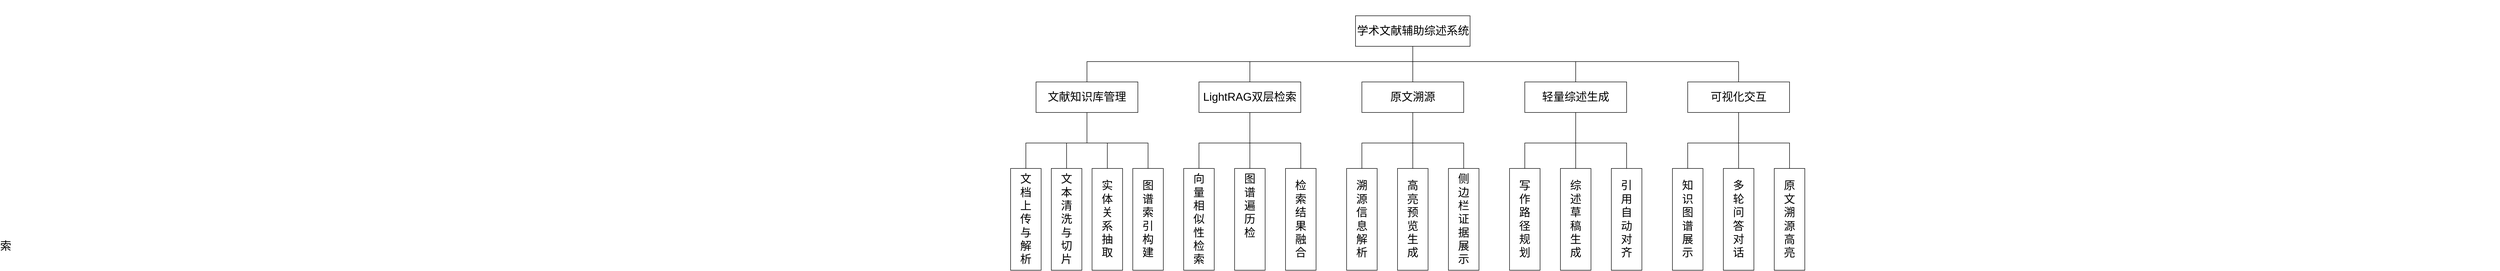
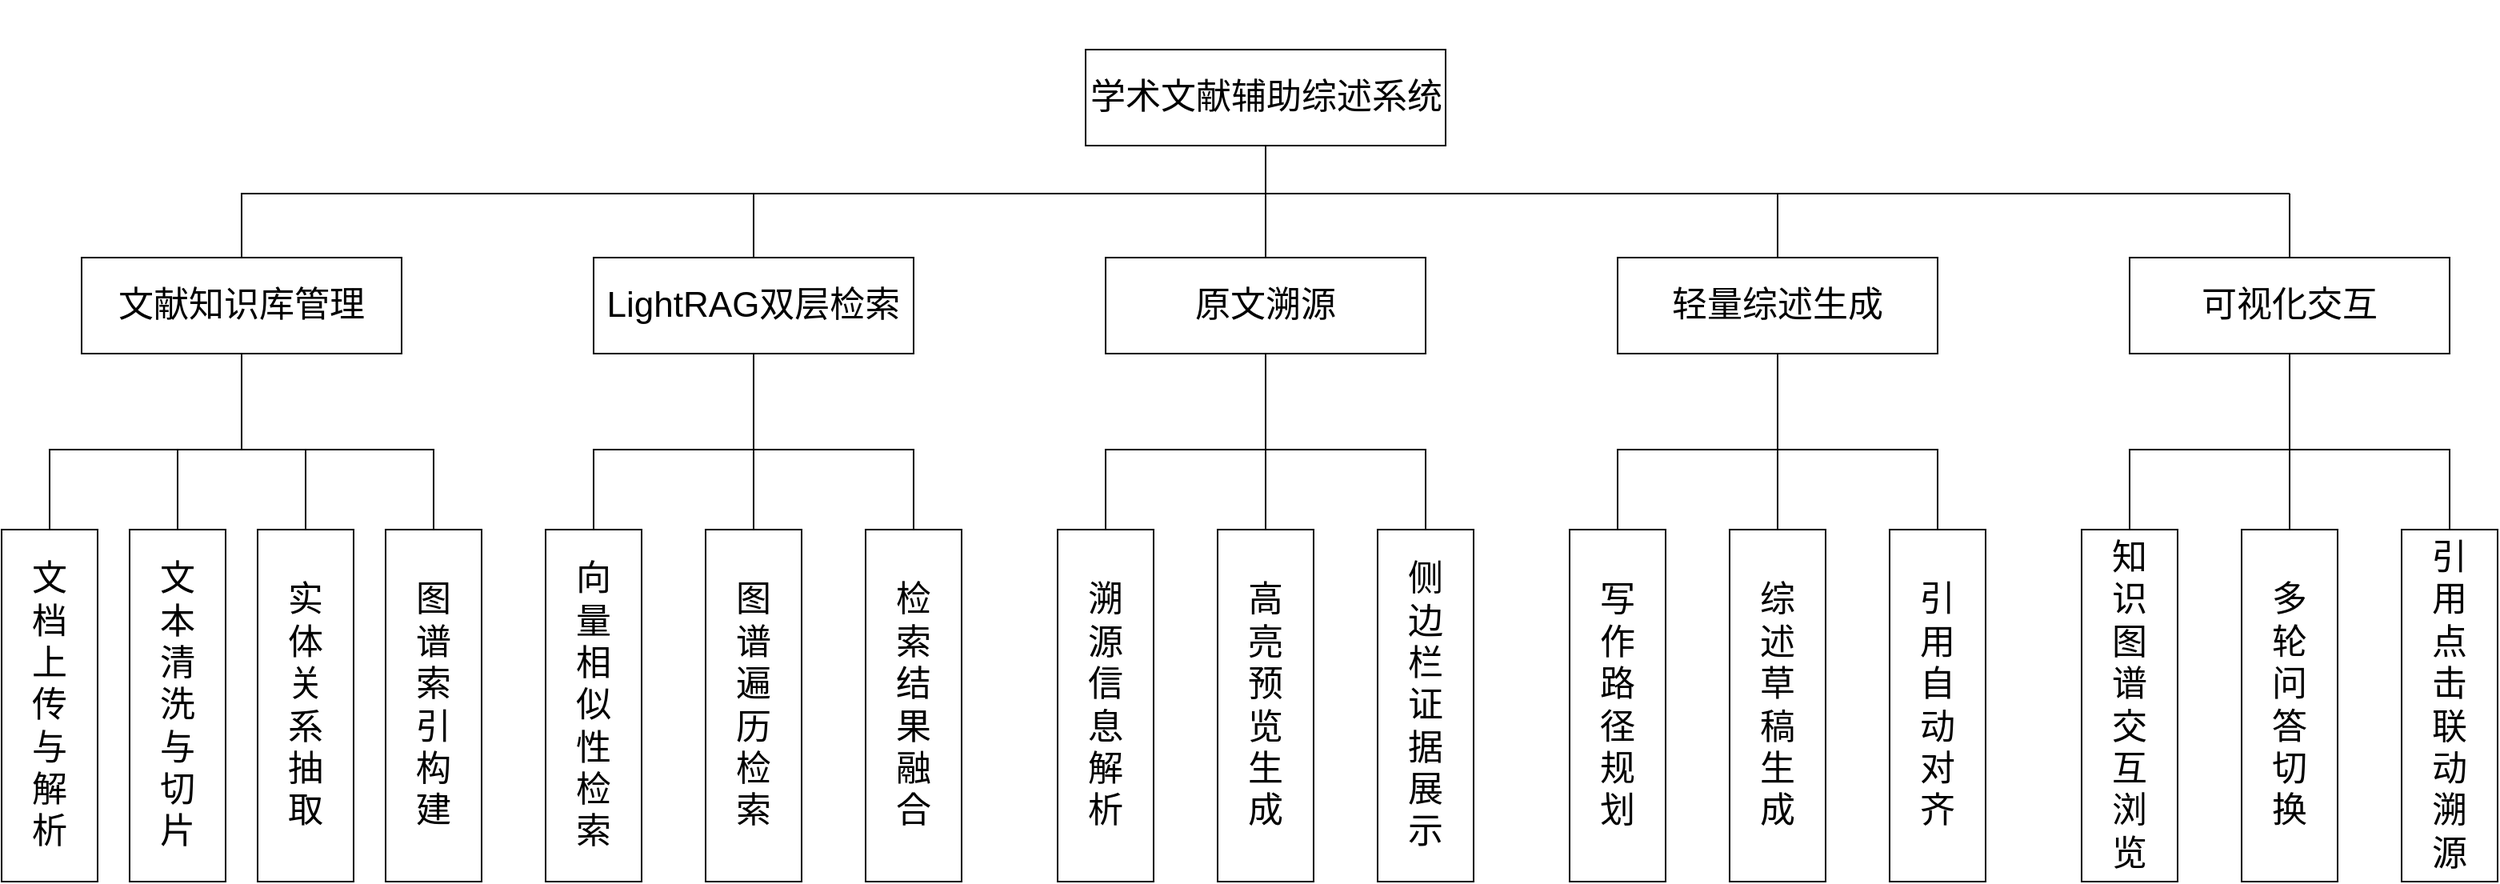
<mxfile host="app.diagrams.net" agent="Mozilla/5.0 (Windows NT 10.0; Win64; x64) AppleWebKit/537.36 (KHTML, like Gecko) Chrome/143.0.0.0 Safari/537.36 Edg/143.0.0.0">
  <diagram name="第 1 页" id="kCGOB4NbzOLxN3a2imSw">
-     <mxGraphModel dx="5126" dy="955" grid="1" gridSize="10" guides="1" tooltips="1" connect="1" arrows="1" fold="1" page="0" pageScale="1" pageWidth="827" pageHeight="1169" math="0" shadow="0">
+     <mxGraphModel dx="2846" dy="1015" grid="1" gridSize="10" guides="1" tooltips="1" connect="1" arrows="1" fold="1" page="0" pageScale="1" pageWidth="827" pageHeight="1169" math="0" shadow="0">
      <root>
        <mxCell id="0" />
        <mxCell id="1" parent="0" />
        <mxCell id="-he248ucSGp0f2jcVjUM-1" parent="1" style="rounded=0;whiteSpace=wrap;html=1;fontSize=22;" value="&lt;font&gt;学术文献辅助综述系统&lt;/font&gt;" vertex="1">
          <mxGeometry height="60" width="225" x="-112.5" y="60" as="geometry" />
        </mxCell>
        <mxCell id="-he248ucSGp0f2jcVjUM-2" parent="1" style="rounded=0;whiteSpace=wrap;html=1;fontSize=22;" value="&lt;font&gt;文献知识库管理&lt;/font&gt;" vertex="1">
          <mxGeometry height="60" width="200" x="-740" y="190" as="geometry" />
        </mxCell>
        <mxCell id="-he248ucSGp0f2jcVjUM-3" parent="1" style="rounded=0;whiteSpace=wrap;html=1;fontSize=22;" value="&lt;font&gt;LightRAG双层检索&lt;/font&gt;" vertex="1">
          <mxGeometry height="60" width="200" x="-420" y="190" as="geometry" />
        </mxCell>
        <mxCell id="-he248ucSGp0f2jcVjUM-4" parent="1" style="rounded=0;whiteSpace=wrap;html=1;fontSize=22;" value="&lt;span&gt;轻量综述生成&lt;/span&gt;" vertex="1">
          <mxGeometry height="60" width="200" x="220" y="190" as="geometry" />
        </mxCell>
        <mxCell id="-he248ucSGp0f2jcVjUM-5" parent="1" style="rounded=0;whiteSpace=wrap;html=1;fontSize=22;" value="&lt;span&gt;可视化交互&lt;/span&gt;" vertex="1">
          <mxGeometry height="60" width="200" x="540" y="190" as="geometry" />
        </mxCell>
        <mxCell id="-he248ucSGp0f2jcVjUM-8" parent="1" style="shape=partialRectangle;whiteSpace=wrap;html=1;bottom=0;right=0;fillColor=none;fontSize=22;" value="" vertex="1">
          <mxGeometry height="40" width="480" x="-640" y="150" as="geometry" />
        </mxCell>
        <mxCell id="-he248ucSGp0f2jcVjUM-9" parent="1" style="shape=partialRectangle;whiteSpace=wrap;html=1;bottom=0;right=0;fillColor=none;rotation=-180;fontSize=22;" value="" vertex="1">
          <mxGeometry height="30" width="480" x="-480" y="120" as="geometry" />
        </mxCell>
        <mxCell id="-he248ucSGp0f2jcVjUM-12" parent="1" style="shape=partialRectangle;whiteSpace=wrap;html=1;top=0;bottom=0;fillColor=none;fontSize=22;" value="" vertex="1">
          <mxGeometry height="40" width="320" y="150" as="geometry" />
        </mxCell>
        <mxCell id="-he248ucSGp0f2jcVjUM-14" parent="1" style="shape=partialRectangle;whiteSpace=wrap;html=1;right=0;top=0;bottom=0;fillColor=none;routingCenterX=-0.5;rotation=-90;fontSize=22;" value="" vertex="1">
          <mxGeometry height="480" width="120" x="180" y="-150" as="geometry" />
        </mxCell>
        <mxCell id="-he248ucSGp0f2jcVjUM-15" parent="1" style="shape=partialRectangle;whiteSpace=wrap;html=1;top=0;bottom=0;fillColor=none;fontSize=22;" value="" vertex="1">
          <mxGeometry height="40" width="320" x="-320" y="150" as="geometry" />
        </mxCell>
        <mxCell id="-he248ucSGp0f2jcVjUM-16" parent="1" style="shape=partialRectangle;whiteSpace=wrap;html=1;right=0;top=0;bottom=0;fillColor=none;routingCenterX=-0.5;fontSize=22;" value="" vertex="1">
          <mxGeometry height="60" width="120" x="-640" y="250" as="geometry" />
        </mxCell>
        <mxCell id="-he248ucSGp0f2jcVjUM-17" parent="1" style="shape=partialRectangle;whiteSpace=wrap;html=1;right=0;top=0;bottom=0;fillColor=none;routingCenterX=-0.5;fontSize=22;" value="" vertex="1">
          <mxGeometry height="60" width="120" x="-320" y="250" as="geometry" />
        </mxCell>
        <mxCell id="-he248ucSGp0f2jcVjUM-18" parent="1" style="shape=partialRectangle;whiteSpace=wrap;html=1;right=0;top=0;bottom=0;fillColor=none;routingCenterX=-0.5;fontSize=22;" value="" vertex="1">
          <mxGeometry height="60" width="120" x="320" y="250" as="geometry" />
        </mxCell>
        <mxCell id="-he248ucSGp0f2jcVjUM-19" parent="1" style="shape=partialRectangle;whiteSpace=wrap;html=1;right=0;top=0;bottom=0;fillColor=none;routingCenterX=-0.5;fontSize=22;" value="" vertex="1">
          <mxGeometry height="60" width="120" x="640" y="250" as="geometry" />
        </mxCell>
        <mxCell id="-he248ucSGp0f2jcVjUM-20" parent="1" style="shape=partialRectangle;whiteSpace=wrap;html=1;bottom=0;right=0;fillColor=none;flipH=0;legacyAnchorPoints=0;flipV=0;fontSize=22;" value="" vertex="1">
          <mxGeometry height="50" width="120" x="-760" y="310" as="geometry" />
        </mxCell>
        <mxCell id="-he248ucSGp0f2jcVjUM-23" parent="1" style="shape=partialRectangle;whiteSpace=wrap;html=1;bottom=0;right=0;fillColor=none;flipH=1;legacyAnchorPoints=0;flipV=0;fontSize=22;" value="" vertex="1">
          <mxGeometry height="50" width="120" x="-640" y="310" as="geometry" />
        </mxCell>
        <mxCell id="-he248ucSGp0f2jcVjUM-24" parent="1" style="shape=partialRectangle;whiteSpace=wrap;html=1;top=0;bottom=0;fillColor=none;fontSize=22;" value="" vertex="1">
          <mxGeometry height="50" width="80" x="-680" y="310" as="geometry" />
        </mxCell>
        <mxCell id="-he248ucSGp0f2jcVjUM-26" parent="1" style="shape=partialRectangle;whiteSpace=wrap;html=1;bottom=0;right=0;fillColor=none;flipH=0;legacyAnchorPoints=0;flipV=0;fontSize=22;" value="" vertex="1">
          <mxGeometry height="50" width="100" x="-420" y="310" as="geometry" />
        </mxCell>
        <mxCell id="-he248ucSGp0f2jcVjUM-36" parent="1" style="rounded=0;whiteSpace=wrap;html=1;fontSize=22;" value="&lt;font&gt;文&lt;/font&gt;&lt;div&gt;&lt;font&gt;档&lt;/font&gt;&lt;/div&gt;&lt;div&gt;&lt;font&gt;上&lt;/font&gt;&lt;/div&gt;&lt;div&gt;&lt;font&gt;传&lt;/font&gt;&lt;/div&gt;&lt;div&gt;&lt;font&gt;与&lt;/font&gt;&lt;/div&gt;&lt;div&gt;&lt;font&gt;解&lt;/font&gt;&lt;/div&gt;&lt;div&gt;&lt;font&gt;析&lt;/font&gt;&lt;/div&gt;" vertex="1">
-           <mxGeometry height="200" width="60" x="-790" y="360" as="geometry" />
+           <mxGeometry height="220" width="60" x="-790" y="360" as="geometry" />
        </mxCell>
        <mxCell id="-he248ucSGp0f2jcVjUM-37" parent="1" style="rounded=0;whiteSpace=wrap;html=1;fontSize=22;" value="&lt;font&gt;文&lt;/font&gt;&lt;div&gt;&lt;font&gt;本&lt;/font&gt;&lt;/div&gt;&lt;div&gt;&lt;font&gt;清&lt;/font&gt;&lt;/div&gt;&lt;div&gt;&lt;font&gt;洗&lt;/font&gt;&lt;/div&gt;&lt;div&gt;&lt;font&gt;与&lt;/font&gt;&lt;/div&gt;&lt;div&gt;&lt;span style=&quot;background-color: transparent; color: light-dark(rgb(0, 0, 0), rgb(255, 255, 255));&quot;&gt;&lt;font&gt;切&lt;/font&gt;&lt;/span&gt;&lt;/div&gt;&lt;div&gt;&lt;span style=&quot;background-color: transparent; color: light-dark(rgb(0, 0, 0), rgb(255, 255, 255));&quot;&gt;&lt;font&gt;片&lt;/font&gt;&lt;/span&gt;&lt;/div&gt;" vertex="1">
-           <mxGeometry height="200" width="60" x="-710" y="360" as="geometry" />
+           <mxGeometry height="220" width="60" x="-710" y="360" as="geometry" />
        </mxCell>
        <mxCell id="-he248ucSGp0f2jcVjUM-38" parent="1" style="rounded=0;whiteSpace=wrap;html=1;fontSize=22;" value="&lt;font&gt;实&lt;/font&gt;&lt;div&gt;&lt;font&gt;体&lt;/font&gt;&lt;/div&gt;&lt;div&gt;&lt;font&gt;关&lt;/font&gt;&lt;/div&gt;&lt;div&gt;&lt;font&gt;系&lt;/font&gt;&lt;/div&gt;&lt;div&gt;&lt;font&gt;抽&lt;/font&gt;&lt;/div&gt;&lt;div&gt;&lt;font&gt;取&lt;/font&gt;&lt;/div&gt;" vertex="1">
-           <mxGeometry height="200" width="60" x="-630" y="360" as="geometry" />
+           <mxGeometry height="220" width="60" x="-630" y="360" as="geometry" />
        </mxCell>
        <mxCell id="-he248ucSGp0f2jcVjUM-39" parent="1" style="rounded=0;whiteSpace=wrap;html=1;fontSize=22;" value="&lt;font&gt;图&lt;/font&gt;&lt;div&gt;&lt;font&gt;谱&lt;/font&gt;&lt;/div&gt;&lt;div&gt;&lt;font&gt;索&lt;/font&gt;&lt;/div&gt;&lt;div&gt;&lt;font&gt;引&lt;/font&gt;&lt;/div&gt;&lt;div&gt;&lt;font&gt;构&lt;/font&gt;&lt;/div&gt;&lt;div&gt;&lt;font&gt;建&lt;/font&gt;&lt;/div&gt;" vertex="1">
-           <mxGeometry height="200" width="60" x="-550" y="360" as="geometry" />
+           <mxGeometry height="220" width="60" x="-550" y="360" as="geometry" />
        </mxCell>
        <mxCell id="-he248ucSGp0f2jcVjUM-40" parent="1" style="rounded=0;whiteSpace=wrap;html=1;fontSize=22;" value="&lt;font&gt;向&lt;/font&gt;&lt;div&gt;&lt;font&gt;量&lt;/font&gt;&lt;/div&gt;&lt;div&gt;&lt;font&gt;相&lt;/font&gt;&lt;/div&gt;&lt;div&gt;&lt;font&gt;似&lt;/font&gt;&lt;/div&gt;&lt;div&gt;&lt;font&gt;性&lt;/font&gt;&lt;/div&gt;&lt;div&gt;&lt;font&gt;检&lt;/font&gt;&lt;/div&gt;&lt;div&gt;&lt;font&gt;索&lt;/font&gt;&lt;/div&gt;" vertex="1">
-           <mxGeometry height="200" width="60" x="-450" y="360" as="geometry" />
+           <mxGeometry height="220" width="60" x="-450" y="360" as="geometry" />
        </mxCell>
-         <mxCell id="-he248ucSGp0f2jcVjUM-41" parent="1" style="rounded=0;whiteSpace=wrap;html=1;fontSize=22;" value="&lt;font&gt;图&lt;/font&gt;&lt;div&gt;&lt;font&gt;谱&lt;/font&gt;&lt;/div&gt;&lt;div&gt;&lt;font&gt;遍&lt;/font&gt;&lt;/div&gt;&lt;div&gt;&lt;font&gt;历&lt;/font&gt;&lt;/div&gt;&lt;div&gt;&lt;font&gt;检&lt;/font&gt;&lt;/div&gt;&lt;div&gt;&lt;font&gt;索&lt;/font&gt;&lt;span style=&quot;color: rgba(0, 0, 0, 0); font-family: monospace; text-align: start; text-wrap-mode: nowrap;&quot;&gt;%3CmxGraphModel%3E%3Croot%3E%3CmxCell%20id%3D%220%22%2F%3E%3CmxCell%20id%3D%221%22%20parent%3D%220%22%2F%3E%3CmxCell%20id%3D%222%22%20parent%3D%221%22%20style%3D%22rounded%3D0%3BwhiteSpace%3Dwrap%3Bhtml%3D1%3B%22%20value%3D%22%E5%9B%BE%E8%B0%B1%E7%B4%A2%E5%BC%95%E6%9E%84%E5%BB%BA%22%20vertex%3D%221%22%3E%3CmxGeometry%20height%3D%22200%22%20width%3D%2260%22%20x%3D%22-390%22%20y%3D%22360%22%20as%3D%22geometry%22%2F%3E%3C%2FmxCell%3E%3C%2Froot%3E%3C%2FmxGraphModel%3E&lt;/span&gt;&lt;/div&gt;" vertex="1">
-           <mxGeometry height="200" width="60" x="-350" y="360" as="geometry" />
+         <mxCell id="-he248ucSGp0f2jcVjUM-41" parent="1" style="rounded=0;whiteSpace=wrap;html=1;fontSize=22;" value="图&lt;div&gt;谱&lt;/div&gt;&lt;div&gt;遍&lt;/div&gt;&lt;div&gt;历&lt;/div&gt;&lt;div&gt;检&lt;/div&gt;&lt;div&gt;索&lt;/div&gt;" vertex="1">
+           <mxGeometry height="220" width="60" x="-350" y="360" as="geometry" />
        </mxCell>
        <mxCell id="-he248ucSGp0f2jcVjUM-42" parent="1" style="rounded=0;whiteSpace=wrap;html=1;fontSize=22;" value="&lt;font&gt;检&lt;/font&gt;&lt;div&gt;&lt;font&gt;索&lt;/font&gt;&lt;/div&gt;&lt;div&gt;&lt;font&gt;结&lt;/font&gt;&lt;/div&gt;&lt;div&gt;&lt;font&gt;果&lt;/font&gt;&lt;/div&gt;&lt;div&gt;&lt;font&gt;融&lt;/font&gt;&lt;/div&gt;&lt;div&gt;&lt;font&gt;合&lt;/font&gt;&lt;/div&gt;" vertex="1">
-           <mxGeometry height="200" width="60" x="-250" y="360" as="geometry" />
+           <mxGeometry height="220" width="60" x="-250" y="360" as="geometry" />
        </mxCell>
        <mxCell id="-he248ucSGp0f2jcVjUM-45" parent="1" style="shape=partialRectangle;whiteSpace=wrap;html=1;bottom=0;right=0;fillColor=none;flipH=1;legacyAnchorPoints=0;flipV=0;fontSize=22;" value="" vertex="1">
          <mxGeometry height="50" width="100" x="-320" y="310" as="geometry" />
        </mxCell>
        <mxCell id="-he248ucSGp0f2jcVjUM-52" parent="1" style="rounded=0;whiteSpace=wrap;html=1;fontSize=22;" value="&lt;font&gt;写&lt;/font&gt;&lt;div&gt;&lt;font&gt;作&lt;/font&gt;&lt;/div&gt;&lt;div&gt;&lt;font&gt;路&lt;/font&gt;&lt;/div&gt;&lt;div&gt;&lt;font&gt;径&lt;/font&gt;&lt;/div&gt;&lt;div&gt;&lt;font&gt;规&lt;/font&gt;&lt;/div&gt;&lt;div&gt;&lt;font&gt;划&lt;/font&gt;&lt;/div&gt;" vertex="1">
-           <mxGeometry height="200" width="60" x="190" y="360" as="geometry" />
+           <mxGeometry height="220" width="60" x="190" y="360" as="geometry" />
        </mxCell>
        <mxCell id="-he248ucSGp0f2jcVjUM-53" parent="1" style="rounded=0;whiteSpace=wrap;html=1;fontSize=22;" value="&lt;font&gt;综&lt;/font&gt;&lt;div&gt;&lt;font&gt;述&lt;/font&gt;&lt;/div&gt;&lt;div&gt;&lt;font&gt;草&lt;/font&gt;&lt;/div&gt;&lt;div&gt;&lt;font&gt;稿&lt;/font&gt;&lt;/div&gt;&lt;div&gt;&lt;font&gt;生&lt;/font&gt;&lt;/div&gt;&lt;div&gt;&lt;font&gt;成&lt;/font&gt;&lt;/div&gt;" vertex="1">
-           <mxGeometry height="200" width="60" x="290" y="360" as="geometry" />
+           <mxGeometry height="220" width="60" x="290" y="360" as="geometry" />
        </mxCell>
        <mxCell id="-he248ucSGp0f2jcVjUM-54" parent="1" style="rounded=0;whiteSpace=wrap;html=1;fontSize=22;" value="&lt;font&gt;引&lt;/font&gt;&lt;div&gt;&lt;font&gt;用&lt;/font&gt;&lt;/div&gt;&lt;div&gt;&lt;font&gt;自&lt;/font&gt;&lt;/div&gt;&lt;div&gt;&lt;font&gt;动&lt;/font&gt;&lt;/div&gt;&lt;div&gt;&lt;font&gt;对&lt;/font&gt;&lt;/div&gt;&lt;div&gt;&lt;font&gt;齐&lt;/font&gt;&lt;/div&gt;" vertex="1">
-           <mxGeometry height="200" width="60" x="390" y="360" as="geometry" />
+           <mxGeometry height="220" width="60" x="390" y="360" as="geometry" />
        </mxCell>
-         <mxCell id="-he248ucSGp0f2jcVjUM-55" parent="1" style="rounded=0;whiteSpace=wrap;html=1;fontSize=22;" value="&lt;font&gt;知&lt;/font&gt;&lt;div&gt;&lt;font&gt;识&lt;/font&gt;&lt;/div&gt;&lt;div&gt;&lt;font&gt;图&lt;/font&gt;&lt;/div&gt;&lt;div&gt;&lt;font&gt;谱&lt;/font&gt;&lt;/div&gt;&lt;div&gt;&lt;font&gt;展&lt;/font&gt;&lt;/div&gt;&lt;div&gt;&lt;font&gt;示&lt;/font&gt;&lt;/div&gt;" vertex="1">
-           <mxGeometry height="200" width="60" x="510" y="360" as="geometry" />
+         <mxCell id="-he248ucSGp0f2jcVjUM-55" parent="1" style="rounded=0;whiteSpace=wrap;html=1;fontSize=22;" value="&lt;font&gt;知&lt;/font&gt;&lt;div&gt;&lt;font&gt;识&lt;/font&gt;&lt;/div&gt;&lt;div&gt;&lt;font&gt;图&lt;/font&gt;&lt;/div&gt;&lt;div&gt;&lt;font&gt;谱&lt;/font&gt;&lt;/div&gt;&lt;div&gt;交&lt;/div&gt;&lt;div&gt;互&lt;/div&gt;&lt;div&gt;浏&lt;/div&gt;&lt;div&gt;览&lt;/div&gt;" vertex="1">
+           <mxGeometry height="220" width="60" x="510" y="360" as="geometry" />
        </mxCell>
-         <mxCell id="-he248ucSGp0f2jcVjUM-56" parent="1" style="rounded=0;whiteSpace=wrap;html=1;fontSize=22;" value="&lt;font&gt;多&lt;/font&gt;&lt;div&gt;&lt;font&gt;轮&lt;/font&gt;&lt;/div&gt;&lt;div&gt;&lt;font&gt;问&lt;/font&gt;&lt;/div&gt;&lt;div&gt;&lt;font&gt;答&lt;/font&gt;&lt;/div&gt;&lt;div&gt;&lt;font&gt;对&lt;/font&gt;&lt;/div&gt;&lt;div&gt;&lt;font&gt;话&lt;/font&gt;&lt;/div&gt;" vertex="1">
-           <mxGeometry height="200" width="60" x="610" y="360" as="geometry" />
+         <mxCell id="-he248ucSGp0f2jcVjUM-56" parent="1" style="rounded=0;whiteSpace=wrap;html=1;fontSize=22;" value="多&lt;div&gt;轮&lt;/div&gt;&lt;div&gt;问&lt;/div&gt;&lt;div&gt;答&lt;/div&gt;&lt;div&gt;切&lt;/div&gt;&lt;div&gt;换&lt;/div&gt;" vertex="1">
+           <mxGeometry height="220" width="60" x="610" y="360" as="geometry" />
        </mxCell>
-         <mxCell id="-he248ucSGp0f2jcVjUM-57" parent="1" style="rounded=0;whiteSpace=wrap;html=1;fontSize=22;" value="&lt;font&gt;原&lt;/font&gt;&lt;div&gt;&lt;font&gt;文&lt;/font&gt;&lt;/div&gt;&lt;div&gt;&lt;font&gt;溯&lt;/font&gt;&lt;/div&gt;&lt;div&gt;&lt;font&gt;源&lt;/font&gt;&lt;/div&gt;&lt;div&gt;&lt;font&gt;高&lt;/font&gt;&lt;/div&gt;&lt;div&gt;&lt;font&gt;亮&lt;/font&gt;&lt;/div&gt;" vertex="1">
-           <mxGeometry height="200" width="60" x="710" y="360" as="geometry" />
+         <mxCell id="-he248ucSGp0f2jcVjUM-57" parent="1" style="rounded=0;whiteSpace=wrap;html=1;fontSize=22;" value="引&lt;div&gt;用&lt;/div&gt;&lt;div&gt;点&lt;/div&gt;&lt;div&gt;击&lt;/div&gt;&lt;div&gt;联&lt;/div&gt;&lt;div&gt;动&lt;/div&gt;&lt;div&gt;溯&lt;/div&gt;&lt;div&gt;源&lt;/div&gt;" vertex="1">
+           <mxGeometry height="220" width="60" x="710" y="360" as="geometry" />
        </mxCell>
        <mxCell id="-he248ucSGp0f2jcVjUM-58" parent="1" style="shape=partialRectangle;whiteSpace=wrap;html=1;right=0;top=0;bottom=0;fillColor=none;routingCenterX=-0.5;fontSize=22;" value="" vertex="1">
          <mxGeometry height="50" width="120" x="-320" y="310" as="geometry" />
        </mxCell>
        <mxCell id="-he248ucSGp0f2jcVjUM-59" parent="1" style="shape=partialRectangle;whiteSpace=wrap;html=1;bottom=0;right=0;fillColor=none;flipH=0;legacyAnchorPoints=0;flipV=0;fontSize=22;" value="" vertex="1">
          <mxGeometry height="50" width="100" x="220" y="310" as="geometry" />
        </mxCell>
        <mxCell id="-he248ucSGp0f2jcVjUM-60" parent="1" style="shape=partialRectangle;whiteSpace=wrap;html=1;bottom=0;right=0;fillColor=none;flipH=1;legacyAnchorPoints=0;flipV=0;fontSize=22;" value="" vertex="1">
          <mxGeometry height="50" width="100" x="320" y="310" as="geometry" />
        </mxCell>
        <mxCell id="-he248ucSGp0f2jcVjUM-61" parent="1" style="shape=partialRectangle;whiteSpace=wrap;html=1;right=0;top=0;bottom=0;fillColor=none;routingCenterX=-0.5;fontSize=22;" value="" vertex="1">
          <mxGeometry height="50" width="120" x="320" y="310" as="geometry" />
        </mxCell>
        <mxCell id="-he248ucSGp0f2jcVjUM-62" parent="1" style="shape=partialRectangle;whiteSpace=wrap;html=1;bottom=0;right=0;fillColor=none;flipH=0;legacyAnchorPoints=0;flipV=0;fontSize=22;" value="" vertex="1">
          <mxGeometry height="50" width="100" x="540" y="310" as="geometry" />
        </mxCell>
        <mxCell id="-he248ucSGp0f2jcVjUM-63" parent="1" style="shape=partialRectangle;whiteSpace=wrap;html=1;bottom=0;right=0;fillColor=none;flipH=1;legacyAnchorPoints=0;flipV=0;fontSize=22;" value="" vertex="1">
          <mxGeometry height="50" width="100" x="640" y="310" as="geometry" />
        </mxCell>
        <mxCell id="-he248ucSGp0f2jcVjUM-64" parent="1" style="shape=partialRectangle;whiteSpace=wrap;html=1;right=0;top=0;bottom=0;fillColor=none;routingCenterX=-0.5;fontSize=22;" value="" vertex="1">
          <mxGeometry height="50" width="120" x="640" y="310" as="geometry" />
        </mxCell>
        <mxCell id="vCzkm_Gih3kLxXcJVuX2-3" edge="1" parent="1" style="endArrow=none;html=1;rounded=0;fontSize=22;" value="">
          <mxGeometry height="50" relative="1" width="50" as="geometry">
            <mxPoint x="480" y="150" as="sourcePoint" />
            <mxPoint x="640" y="150" as="targetPoint" />
          </mxGeometry>
        </mxCell>
        <mxCell id="vCzkm_Gih3kLxXcJVuX2-4" edge="1" parent="1" style="endArrow=none;html=1;rounded=0;entryX=0.5;entryY=0;entryDx=0;entryDy=0;endFill=0;fontSize=22;" target="-he248ucSGp0f2jcVjUM-5" value="">
          <mxGeometry height="50" relative="1" width="50" as="geometry">
            <mxPoint x="640" y="150" as="sourcePoint" />
            <mxPoint x="690" y="100" as="targetPoint" />
          </mxGeometry>
        </mxCell>
        <mxCell id="vCzkm_Gih3kLxXcJVuX2-6" parent="1" style="rounded=0;whiteSpace=wrap;html=1;fontSize=22;" value="&lt;font&gt;原文溯源&lt;/font&gt;" vertex="1">
          <mxGeometry height="60" width="200" x="-100" y="190" as="geometry" />
        </mxCell>
        <mxCell id="vCzkm_Gih3kLxXcJVuX2-7" parent="1" style="shape=partialRectangle;whiteSpace=wrap;html=1;right=0;top=0;bottom=0;fillColor=none;routingCenterX=-0.5;fontSize=22;" value="" vertex="1">
          <mxGeometry height="60" width="120" y="250" as="geometry" />
        </mxCell>
        <mxCell id="vCzkm_Gih3kLxXcJVuX2-8" parent="1" style="shape=partialRectangle;whiteSpace=wrap;html=1;bottom=0;right=0;fillColor=none;flipH=0;legacyAnchorPoints=0;flipV=0;fontSize=22;" value="" vertex="1">
          <mxGeometry height="50" width="100" x="-100" y="310" as="geometry" />
        </mxCell>
        <mxCell id="vCzkm_Gih3kLxXcJVuX2-9" parent="1" style="rounded=0;whiteSpace=wrap;html=1;fontSize=22;" value="&lt;span&gt;溯&lt;/span&gt;&lt;div&gt;&lt;span&gt;源&lt;/span&gt;&lt;/div&gt;&lt;div&gt;&lt;span&gt;信&lt;/span&gt;&lt;/div&gt;&lt;div&gt;&lt;span&gt;息&lt;/span&gt;&lt;/div&gt;&lt;div&gt;&lt;span&gt;解&lt;/span&gt;&lt;/div&gt;&lt;div&gt;&lt;span&gt;析&lt;/span&gt;&lt;/div&gt;" vertex="1">
-           <mxGeometry height="200" width="60" x="-130" y="360" as="geometry" />
+           <mxGeometry height="220" width="60" x="-130" y="360" as="geometry" />
        </mxCell>
        <mxCell id="vCzkm_Gih3kLxXcJVuX2-10" parent="1" style="rounded=0;whiteSpace=wrap;html=1;fontSize=22;" value="&lt;span&gt;高&lt;/span&gt;&lt;div&gt;&lt;span&gt;亮&lt;/span&gt;&lt;/div&gt;&lt;div&gt;&lt;span&gt;预&lt;/span&gt;&lt;/div&gt;&lt;div&gt;&lt;span&gt;览&lt;/span&gt;&lt;/div&gt;&lt;div&gt;&lt;span&gt;生&lt;/span&gt;&lt;/div&gt;&lt;div&gt;&lt;span&gt;成&lt;/span&gt;&lt;/div&gt;" vertex="1">
-           <mxGeometry height="200" width="60" x="-30" y="360" as="geometry" />
+           <mxGeometry height="220" width="60" x="-30" y="360" as="geometry" />
        </mxCell>
        <mxCell id="vCzkm_Gih3kLxXcJVuX2-11" parent="1" style="rounded=0;whiteSpace=wrap;html=1;fontSize=22;" value="&lt;span&gt;侧&lt;/span&gt;&lt;div&gt;&lt;span&gt;边&lt;/span&gt;&lt;/div&gt;&lt;div&gt;&lt;span&gt;栏&lt;/span&gt;&lt;/div&gt;&lt;div&gt;&lt;span&gt;证&lt;/span&gt;&lt;/div&gt;&lt;div&gt;&lt;span&gt;据&lt;/span&gt;&lt;/div&gt;&lt;div&gt;&lt;span&gt;展&lt;/span&gt;&lt;/div&gt;&lt;div&gt;&lt;span&gt;示&lt;/span&gt;&lt;/div&gt;" vertex="1">
-           <mxGeometry height="200" width="60" x="70" y="360" as="geometry" />
+           <mxGeometry height="220" width="60" x="70" y="360" as="geometry" />
        </mxCell>
        <mxCell id="vCzkm_Gih3kLxXcJVuX2-12" parent="1" style="shape=partialRectangle;whiteSpace=wrap;html=1;bottom=0;right=0;fillColor=none;flipH=1;legacyAnchorPoints=0;flipV=0;fontSize=22;" value="" vertex="1">
          <mxGeometry height="50" width="100" y="310" as="geometry" />
        </mxCell>
        <mxCell id="vCzkm_Gih3kLxXcJVuX2-13" parent="1" style="shape=partialRectangle;whiteSpace=wrap;html=1;right=0;top=0;bottom=0;fillColor=none;routingCenterX=-0.5;fontSize=22;" value="" vertex="1">
          <mxGeometry height="50" width="120" y="310" as="geometry" />
        </mxCell>
      </root>
    </mxGraphModel>
  </diagram>
</mxfile>
